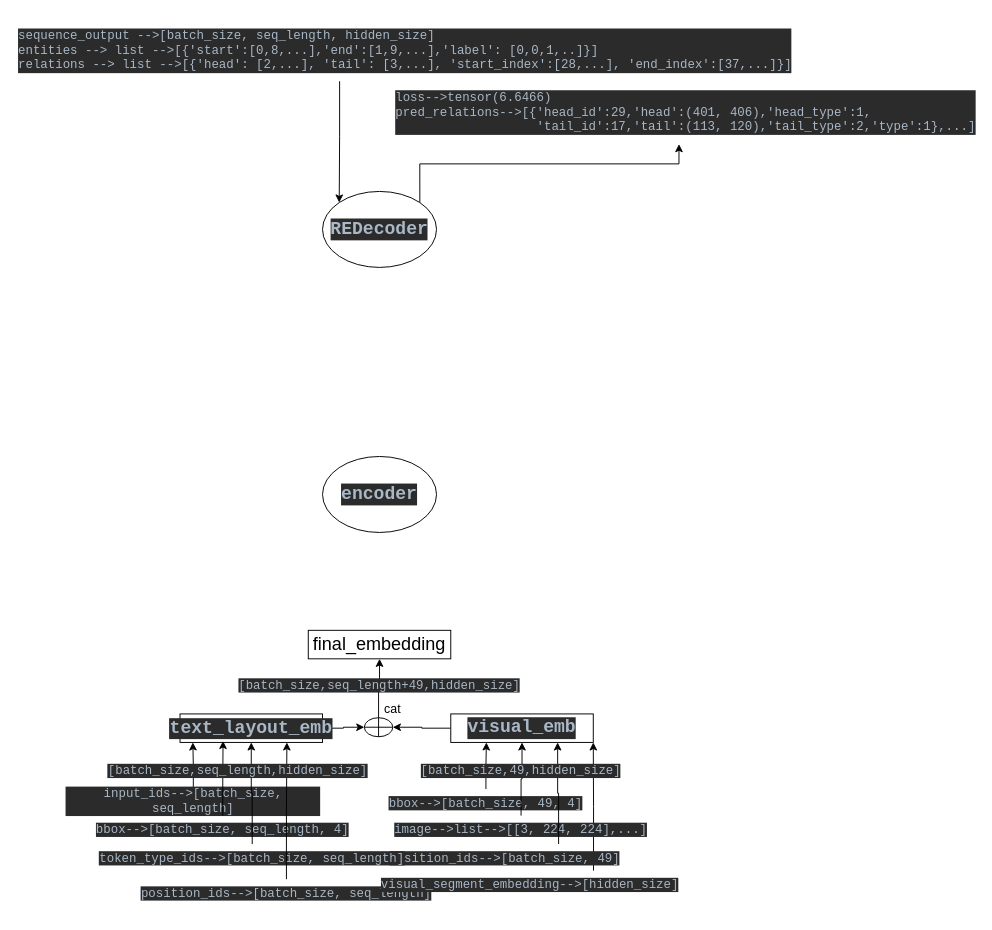
Earlier version of the draw.io diagram layoutxlm.drawio (ymzx/layoutxlm). Source tidied: cells renumbered, new cells numbered last; positions are measured from the earlier drawing's top-left corner, leaving out a move shared by most shapes. Both pictures are drawn from the tidied source at 95%, with x=0, y=0 at pixel (16, 20).
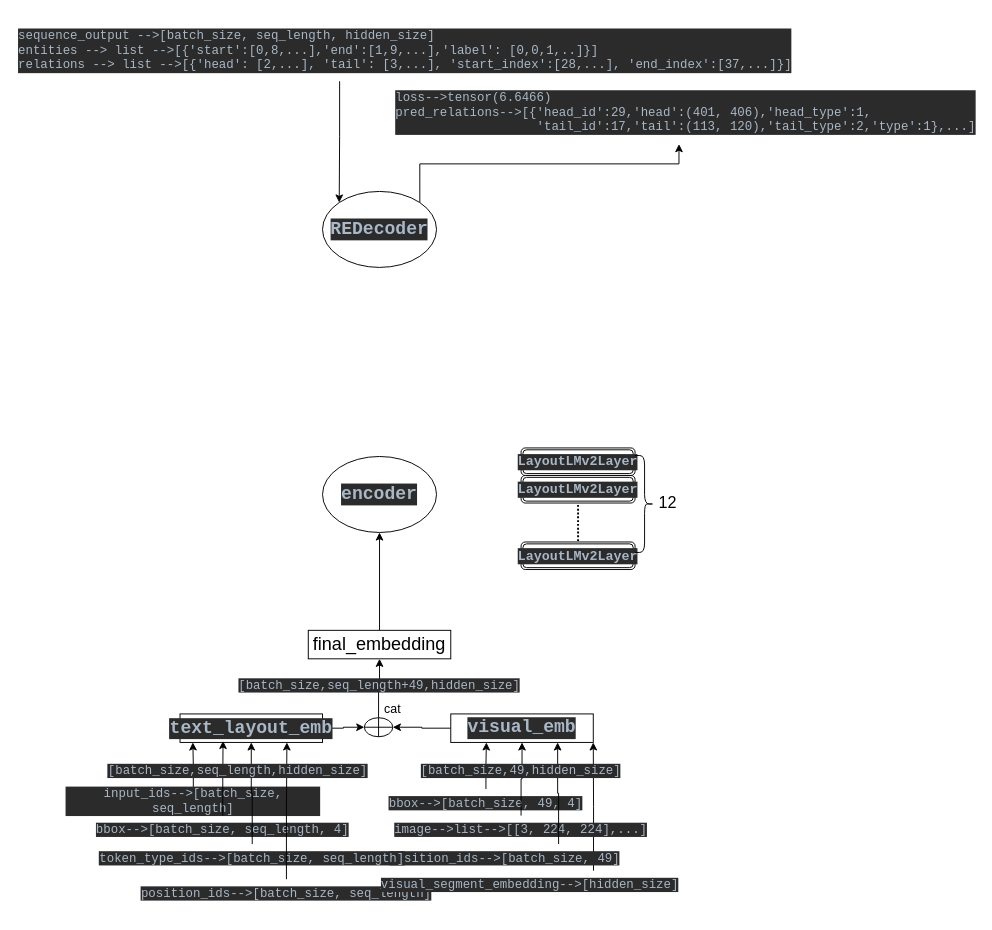
The same diagram, later.

The change refers to these unchanged cells:
```xml
<mxCell id="11" value="&lt;pre style=&quot;background-color: rgb(43 , 43 , 43) ; color: rgb(169 , 183 , 198) ; font-family: &amp;#34;jetbrains mono&amp;#34; , monospace&quot;&gt;&lt;b&gt;&lt;font style=&quot;font-size: 19px&quot;&gt;encoder&lt;/font&gt;&lt;/b&gt;&lt;/pre&gt;" style="ellipse;whiteSpace=wrap;html=1;fontSize=19;" parent="1" vertex="1">
  <mxGeometry x="322" y="459" width="120" height="80" as="geometry" />
</mxCell>
<mxCell id="12" value="final_embedding" style="rounded=0;whiteSpace=wrap;html=1;fontSize=19;" parent="1" vertex="1">
  <mxGeometry x="307" y="642" width="150" height="30" as="geometry" />
</mxCell>
```

Change to the diagram source:
```diff
@@
+    <mxCell id="35" style="edgeStyle=orthogonalEdgeStyle;rounded=0;jettySize=auto;html=1;exitX=0.5;exitY=0;exitDx=0;exitDy=0;entryX=0.5;entryY=1;entryDx=0;entryDy=0;fontSize=13;" parent="1" edge="1" source="12" target="11">
+      <mxGeometry relative="1" as="geometry" />
+    </mxCell>
@@
+    <mxCell id="36" value="&lt;pre style=&quot;background-color: rgb(43 , 43 , 43) ; color: rgb(169 , 183 , 198) ; font-family: &amp;#34;jetbrains mono&amp;#34; , monospace&quot;&gt;&lt;font style=&quot;font-size: 14px&quot;&gt;&lt;b&gt;LayoutLMv2Layer&lt;/b&gt;&lt;/font&gt;&lt;/pre&gt;" style="shape=ext;double=1;rounded=1;whiteSpace=wrap;html=1;fontSize=13;" parent="1" vertex="1">
+      <mxGeometry x="531" y="450" width="120" height="29" as="geometry" />
+    </mxCell>
+    <mxCell id="37" value="&lt;pre style=&quot;background-color: rgb(43 , 43 , 43) ; color: rgb(169 , 183 , 198) ; font-family: &amp;#34;jetbrains mono&amp;#34; , monospace&quot;&gt;&lt;font style=&quot;font-size: 14px&quot;&gt;&lt;b&gt;LayoutLMv2Layer&lt;/b&gt;&lt;/font&gt;&lt;/pre&gt;" style="shape=ext;double=1;rounded=1;whiteSpace=wrap;html=1;fontSize=13;" parent="1" vertex="1">
+      <mxGeometry x="531" y="479" width="120" height="29" as="geometry" />
+    </mxCell>
+    <mxCell id="38" value="&lt;pre style=&quot;background-color: rgb(43 , 43 , 43) ; color: rgb(169 , 183 , 198) ; font-family: &amp;#34;jetbrains mono&amp;#34; , monospace&quot;&gt;&lt;font style=&quot;font-size: 14px&quot;&gt;&lt;b&gt;LayoutLMv2Layer&lt;/b&gt;&lt;/font&gt;&lt;/pre&gt;" style="shape=ext;double=1;rounded=1;whiteSpace=wrap;html=1;fontSize=13;" parent="1" vertex="1">
+      <mxGeometry x="531" y="549" width="120" height="29" as="geometry" />
+    </mxCell>
+    <mxCell id="39" style="shape=curlyBracket;whiteSpace=wrap;html=1;rounded=1;flipH=1;fontSize=14;size=0.5;" parent="1" vertex="1">
+      <mxGeometry x="651" y="458" width="20" height="102" as="geometry" />
+    </mxCell>
+    <mxCell id="40" value="&lt;span style=&quot;font-weight: normal&quot;&gt;&lt;font style=&quot;font-size: 17px&quot;&gt;12&lt;/font&gt;&lt;/span&gt;" style="text;strokeColor=none;fillColor=none;html=1;fontSize=24;fontStyle=1;verticalAlign=middle;align=center;" parent="1" vertex="1">
+      <mxGeometry x="670" y="491" width="30" height="30" as="geometry" />
+    </mxCell>
+    <mxCell id="41" style="line;strokeWidth=2;direction=south;html=1;fontSize=17;dashed=1;dashPattern=1 1;" parent="1" vertex="1">
+      <mxGeometry x="586" y="510" width="10" height="39" as="geometry" />
+    </mxCell>
```
